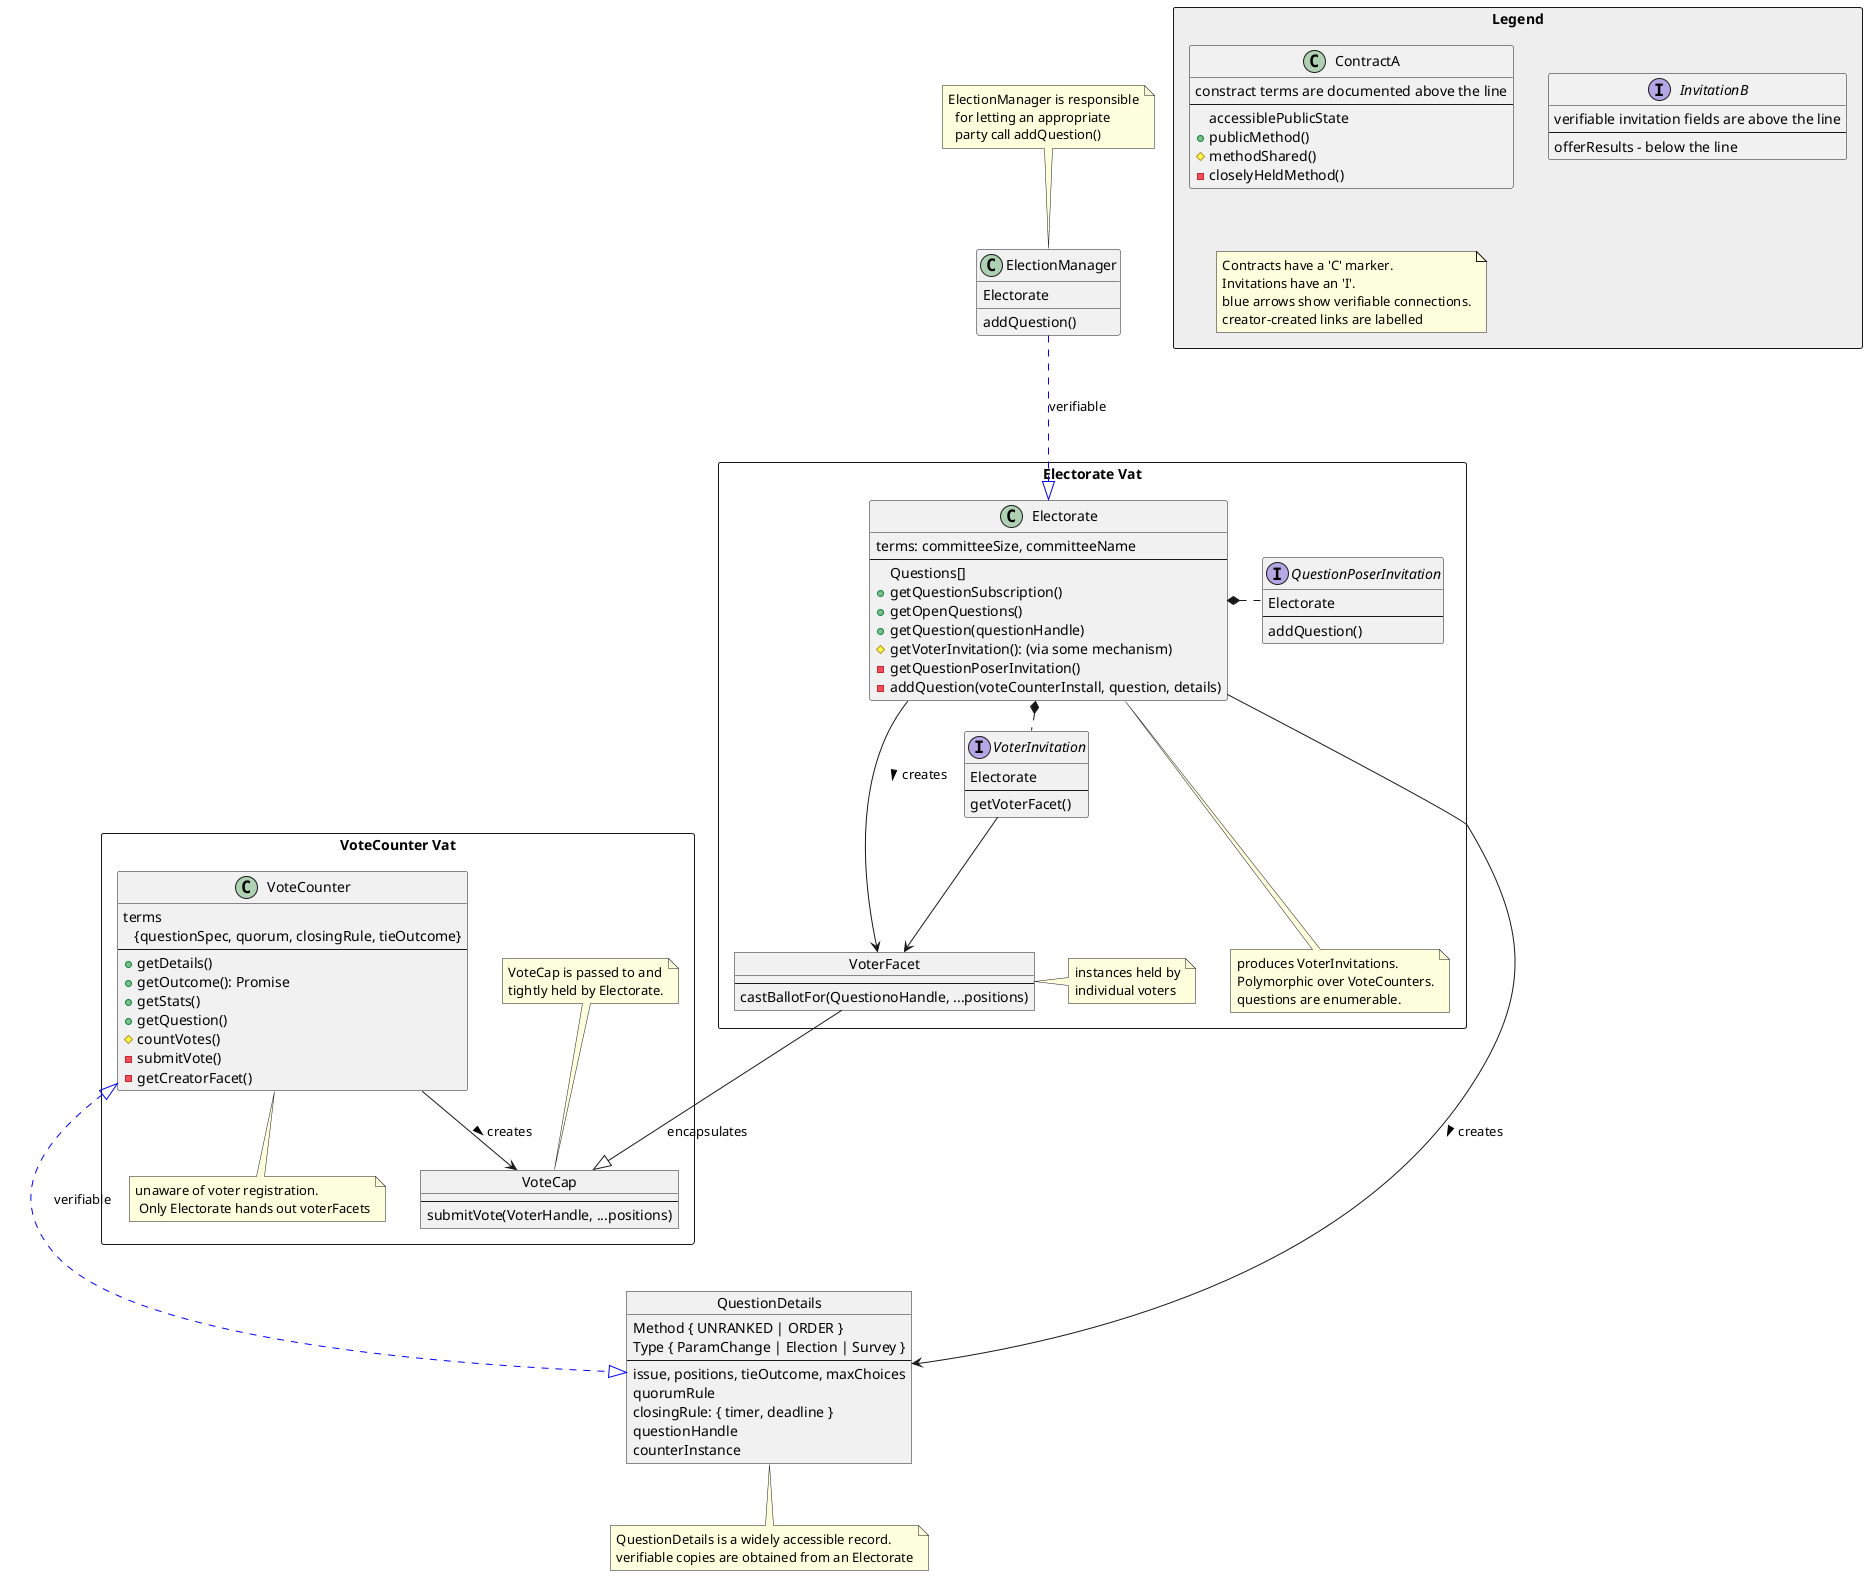
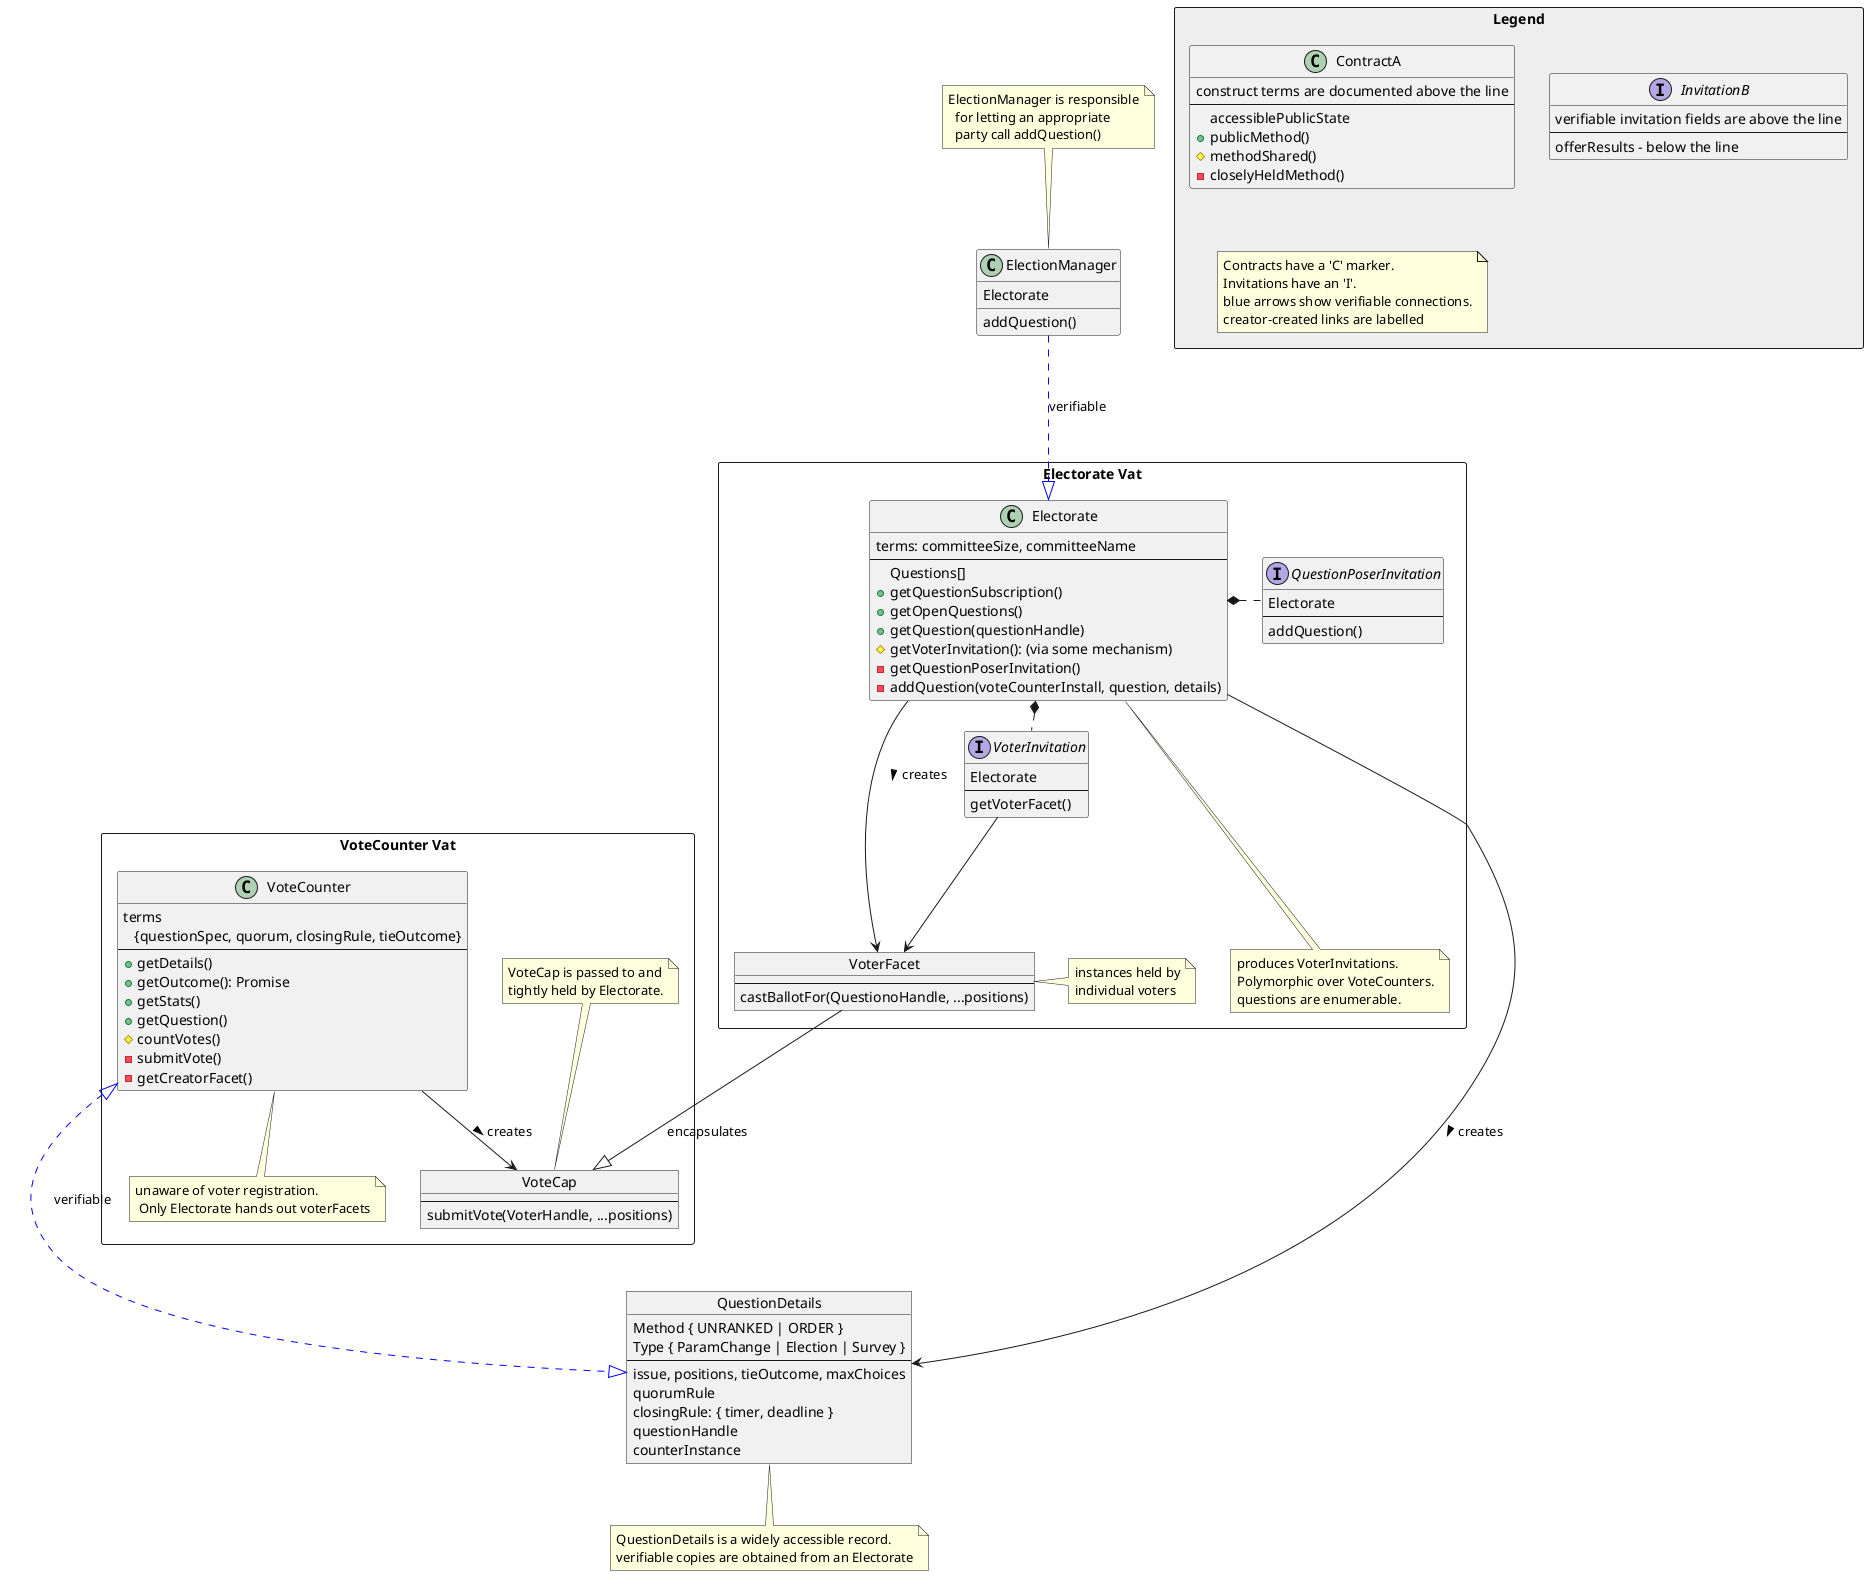
@startuml coreArchitecture

package Legend <<Rectangle>> #EEEEEE {

    class ContractA {
-         constract terms are documented above the line
+         construct terms are documented above the line
        --
          accessiblePublicState
        + publicMethod()
        # methodShared()
        - closelyHeldMethod()
    }

    interface InvitationB {
        verifiable invitation fields are above the line
        --
        offerResults - below the line
    }

    note "Contracts have a 'C' marker.\nInvitations have an 'I'.\nblue arrows show verifiable connections.\ncreator-created links are labelled" as NC
}

package "Electorate Vat" <<Rectangle>>  {
    class Electorate {
        terms: committeeSize, committeeName
        --
        Questions[]
        +getQuestionSubscription()
        +getOpenQuestions()
        +getQuestion(questionHandle)
        #getVoterInvitation(): (via some mechanism)
        -getQuestionPoserInvitation()
        -addQuestion(voteCounterInstall, question, details)
    }

    note "produces VoterInvitations.\nPolymorphic over VoteCounters.\nquestions are enumerable." as N1
    Electorate .. N1

    interface QuestionPoserInvitation {
        Electorate
        --
        addQuestion()
    }

    interface VoterInvitation {
        Electorate
        --
        getVoterFacet()
    }

    object VoterFacet {
        ---
        castBallotFor(QuestionoHandle, ...positions)
    }
    note "instances held by\nindividual voters" as NVF
    VoterFacet . NVF

    Electorate --> VoterFacet : creates >
}

object QuestionDetails {
    Method { UNRANKED | ORDER }
    Type { ParamChange | Election | Survey }
    --
    issue, positions, tieOutcome, maxChoices
    quorumRule
    closingRule: { timer, deadline }
    questionHandle
    counterInstance
}

note "QuestionDetails is a widely accessible record.\nverifiable copies are obtained from an Electorate" as N3
QuestionDetails .. N3

package "VoteCounter Vat" <<Rectangle>>  {
    class VoteCounter {
        terms\n   {questionSpec, quorum, closingRule, tieOutcome}
        --
        +getDetails()
        +getOutcome(): Promise
        +getStats()
        +getQuestion()
        #countVotes()
        -submitVote()
        -getCreatorFacet()
    }

    object VoteCap {
        ---
        submitVote(VoterHandle, ...positions)
    }
    note top: VoteCap is passed to and\ntightly held by Electorate.

    note "unaware of voter registration.\n Only Electorate hands out voterFacets" as N2
    VoteCounter .. N2

    VoteCounter --> VoteCap : creates >
}

class ElectionManager {
    Electorate
    addQuestion()
}
note top : ElectionManager is responsible\n  for letting an appropriate\n  party call addQuestion()

ElectionManager -.[#blue]-|> Electorate : verifiable

Electorate *. VoterInvitation
Electorate *. QuestionPoserInvitation
VoterInvitation -> VoterFacet
Electorate -> QuestionDetails : creates >
VoteCounter <|-.[#blue]-|> QuestionDetails : verifiable

VoterFacet --|> VoteCap : encapsulates

@enduml